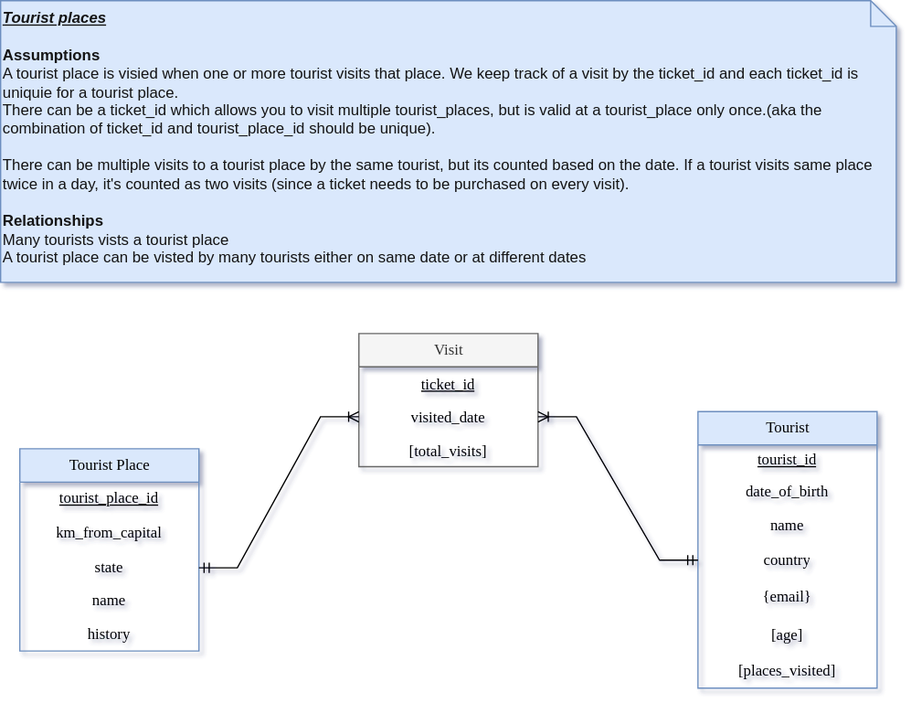
Earlier version of the draw.io export Tourism.drawio.svg (supriya-kotturu/entity-relationship-diagrams). Source tidied: cells renumbered, new cells last; positions are measured from the earlier drawing's top-left corner, leaving out a move shared by most shapes.
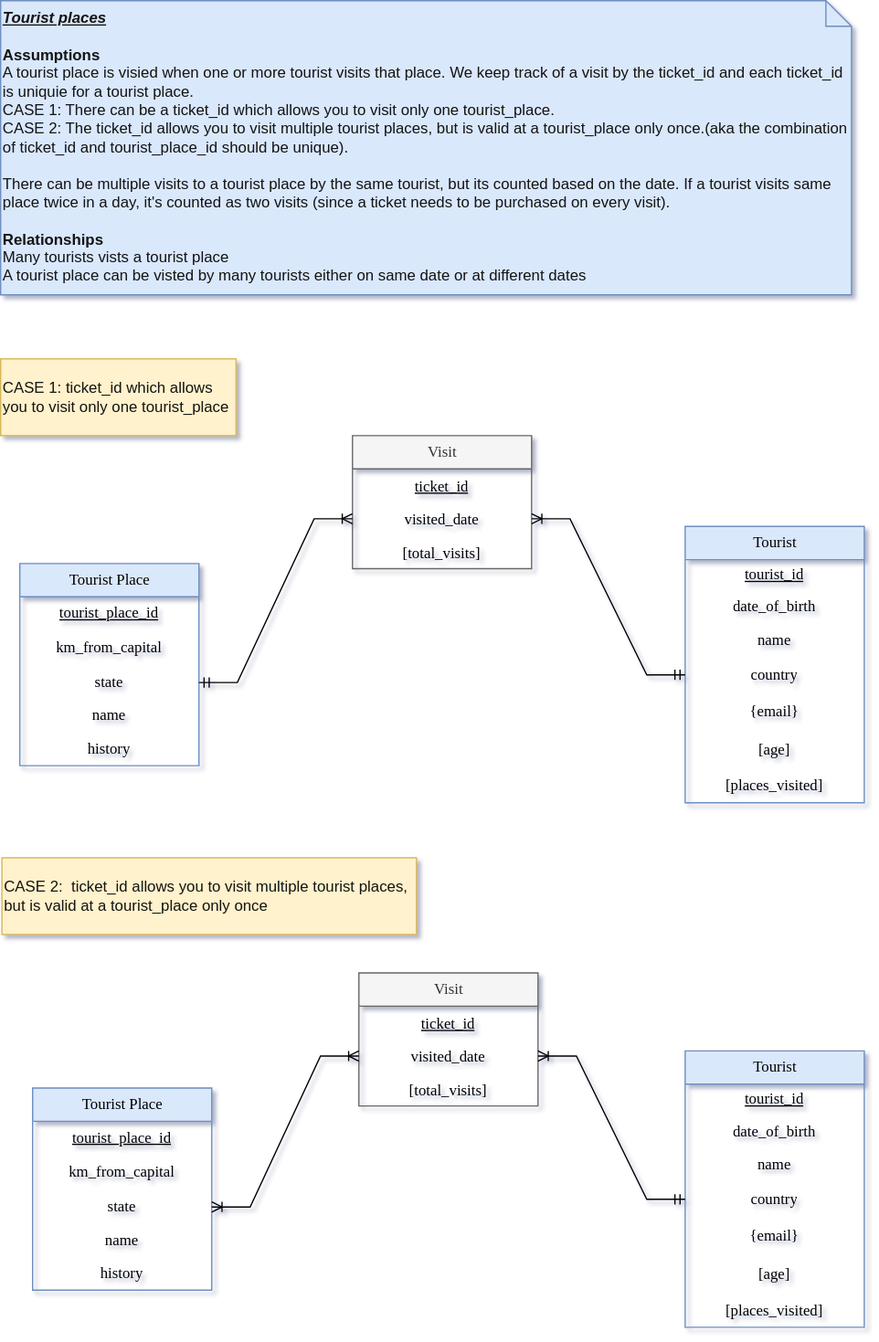
Above is the later version.

The edit, as a diff of the source:
```diff
@@ -2,11 +2,11 @@
   <root>
     <mxCell id="0" />
     <mxCell id="1" parent="0" />
-    <mxCell id="2" value="&lt;font color=&quot;#121212&quot;&gt;&lt;span style=&quot;forced-color-adjust: none; font-family: Helvetica; text-decoration-line: underline; font-weight: bold; font-style: italic;&quot;&gt;Tourist places&lt;/span&gt;&lt;span style=&quot;forced-color-adjust: none; font-family: Helvetica;&quot;&gt;&lt;br style=&quot;forced-color-adjust: none;&quot;&gt;&lt;/span&gt;&lt;span style=&quot;forced-color-adjust: none; font-family: Helvetica;&quot;&gt;&lt;br style=&quot;forced-color-adjust: none;&quot;&gt;&lt;/span&gt;&lt;span style=&quot;forced-color-adjust: none; font-family: Helvetica; font-weight: bold;&quot;&gt;Assumptions&lt;/span&gt;&lt;span style=&quot;forced-color-adjust: none; font-family: Helvetica;&quot;&gt;&lt;br style=&quot;forced-color-adjust: none;&quot;&gt;&lt;/span&gt;&lt;span style=&quot;forced-color-adjust: none; font-family: Helvetica;&quot;&gt;A tourist place is visied when one or more tourist visits that place. We keep track of a visit by the ticket_id and each ticket_id is uniquie for a tourist place. &lt;br style=&quot;forced-color-adjust: none;&quot;&gt;&lt;/span&gt;&lt;span style=&quot;forced-color-adjust: none; font-family: Helvetica;&quot;&gt;There can be a ticket_id which allows you to visit multiple tourist_places, but is valid at a tourist_place only once.(aka the combination of ticket_id and tourist_place_id should be unique).&lt;br style=&quot;forced-color-adjust: none;&quot;&gt;&lt;/span&gt;&lt;span style=&quot;forced-color-adjust: none; font-family: Helvetica;&quot;&gt;&lt;br style=&quot;forced-color-adjust: none;&quot;&gt;&lt;/span&gt;&lt;span style=&quot;forced-color-adjust: none; font-family: Helvetica;&quot;&gt;There can be multiple visits to a tourist place by the same tourist, but its counted based on the date. If a tourist visits same place twice in a day, it's counted as two visits (since a ticket needs to be purchased on every visit).&lt;br style=&quot;forced-color-adjust: none;&quot;&gt;&lt;/span&gt;&lt;span style=&quot;forced-color-adjust: none; font-family: Helvetica;&quot;&gt;&lt;br style=&quot;forced-color-adjust: none;&quot;&gt;&lt;/span&gt;&lt;span style=&quot;forced-color-adjust: none; font-family: Helvetica; font-weight: bold;&quot;&gt;Relationships&lt;br style=&quot;forced-color-adjust: none;&quot;&gt;&lt;/span&gt;&lt;span style=&quot;forced-color-adjust: none; font-family: Helvetica;&quot;&gt;Many tourists vists a tourist place&lt;br style=&quot;forced-color-adjust: none;&quot;&gt;&lt;/span&gt;&lt;span style=&quot;forced-color-adjust: none; font-family: Helvetica;&quot;&gt;A tourist place can be visted by many tourists either on same date or at different dates&lt;/span&gt;&lt;/font&gt;" style="shape=note;size=20;whiteSpace=wrap;html=1;labelBackgroundColor=none;align=left;verticalAlign=top;fillColor=#dae8fc;strokeColor=#6c8ebf;fontFamily=Verdana;" parent="1" vertex="1">
-      <mxGeometry width="700" height="220" as="geometry" />
+    <mxCell id="2" value="&lt;font color=&quot;#121212&quot;&gt;&lt;span style=&quot;forced-color-adjust: none; font-family: Helvetica; text-decoration-line: underline; font-weight: bold; font-style: italic;&quot;&gt;Tourist places&lt;/span&gt;&lt;span style=&quot;forced-color-adjust: none; font-family: Helvetica;&quot;&gt;&lt;br style=&quot;forced-color-adjust: none;&quot;&gt;&lt;/span&gt;&lt;span style=&quot;forced-color-adjust: none; font-family: Helvetica;&quot;&gt;&lt;br style=&quot;forced-color-adjust: none;&quot;&gt;&lt;/span&gt;&lt;span style=&quot;forced-color-adjust: none; font-family: Helvetica; font-weight: bold;&quot;&gt;Assumptions&lt;/span&gt;&lt;span style=&quot;forced-color-adjust: none; font-family: Helvetica;&quot;&gt;&lt;br style=&quot;forced-color-adjust: none;&quot;&gt;&lt;/span&gt;&lt;span style=&quot;forced-color-adjust: none; font-family: Helvetica;&quot;&gt;A tourist place is visied when one or more tourist visits that place. We keep track of a visit by the ticket_id and each ticket_id is uniquie for a tourist place. &lt;br style=&quot;forced-color-adjust: none;&quot;&gt;&lt;/span&gt;&lt;span style=&quot;forced-color-adjust: none; font-family: Helvetica;&quot;&gt;CASE 1: There can be a ticket_id which allows you to visit only one tourist_place.&lt;/span&gt;&lt;/font&gt;&lt;div&gt;&lt;font color=&quot;#121212&quot;&gt;&lt;span style=&quot;forced-color-adjust: none; font-family: Helvetica;&quot;&gt;CASE 2: The ticket_id allows you to visit multiple tourist places, but is valid at a tourist_place only once.(aka the combination of ticket_id and tourist_place_id should be unique).&lt;br style=&quot;forced-color-adjust: none;&quot;&gt;&lt;/span&gt;&lt;span style=&quot;forced-color-adjust: none; font-family: Helvetica;&quot;&gt;&lt;br style=&quot;forced-color-adjust: none;&quot;&gt;&lt;/span&gt;&lt;span style=&quot;forced-color-adjust: none; font-family: Helvetica;&quot;&gt;There can be multiple visits to a tourist place by the same tourist, but its counted based on the date. If a tourist visits same place twice in a day, it's counted as two visits (since a ticket needs to be purchased on every visit).&lt;br style=&quot;forced-color-adjust: none;&quot;&gt;&lt;/span&gt;&lt;span style=&quot;forced-color-adjust: none; font-family: Helvetica;&quot;&gt;&lt;br style=&quot;forced-color-adjust: none;&quot;&gt;&lt;/span&gt;&lt;span style=&quot;forced-color-adjust: none; font-family: Helvetica; font-weight: bold;&quot;&gt;Relationships&lt;br style=&quot;forced-color-adjust: none;&quot;&gt;&lt;/span&gt;&lt;span style=&quot;forced-color-adjust: none; font-family: Helvetica;&quot;&gt;Many tourists vists a tourist place&lt;br style=&quot;forced-color-adjust: none;&quot;&gt;&lt;/span&gt;&lt;span style=&quot;forced-color-adjust: none; font-family: Helvetica;&quot;&gt;A tourist place can be visted by many tourists either on same date or at different dates&lt;/span&gt;&lt;/font&gt;&lt;/div&gt;" style="shape=note;size=20;whiteSpace=wrap;html=1;labelBackgroundColor=none;align=left;verticalAlign=top;fillColor=#dae8fc;strokeColor=#6c8ebf;fontFamily=Verdana;" parent="1" vertex="1">
+      <mxGeometry width="665" height="230" as="geometry" />
     </mxCell>
     <mxCell id="3" value="Tourist Place" style="swimlane;fontStyle=0;horizontal=1;startSize=26;fillColor=#dae8fc;html=1;labelBackgroundColor=none;fontFamily=Verdana;strokeColor=#6c8ebf;fontColor=#000000;" parent="1" vertex="1">
-      <mxGeometry x="15" y="350" width="140" height="158" as="geometry" />
+      <mxGeometry x="15" y="440" width="140" height="158" as="geometry" />
     </mxCell>
     <mxCell id="4" value="&lt;u&gt;tourist_place_id&lt;/u&gt;" style="text;strokeColor=none;fillColor=none;align=center;verticalAlign=middle;spacingLeft=4;spacingRight=4;overflow=hidden;whiteSpace=wrap;html=1;labelBackgroundColor=none;fontFamily=Verdana;fontColor=#000000;" parent="3" vertex="1">
       <mxGeometry y="26" width="140" height="26" as="geometry" />
@@ -24,7 +24,7 @@
       <mxGeometry y="132" width="140" height="26" as="geometry" />
     </mxCell>
     <mxCell id="9" value="Tourist" style="swimlane;fontStyle=0;horizontal=1;startSize=26;fillColor=#dae8fc;html=1;labelBackgroundColor=none;fontFamily=Verdana;strokeColor=#6c8ebf;fontColor=#000000;align=center;verticalAlign=middle;" parent="1" vertex="1">
-      <mxGeometry x="545" y="321" width="140" height="216" as="geometry" />
+      <mxGeometry x="535" y="411" width="140" height="216" as="geometry" />
     </mxCell>
     <mxCell id="10" value="&lt;u&gt;tourist_id&lt;/u&gt;" style="text;strokeColor=none;fillColor=none;align=center;verticalAlign=middle;spacingLeft=4;spacingRight=4;overflow=hidden;whiteSpace=wrap;html=1;labelBackgroundColor=none;fontFamily=Verdana;fontColor=#000000;" parent="9" vertex="1">
       <mxGeometry y="26" width="140" height="24" as="geometry" />
@@ -48,7 +48,7 @@
       <mxGeometry y="190" width="140" height="26" as="geometry" />
     </mxCell>
     <mxCell id="17" value="Visit" style="swimlane;fontStyle=0;horizontal=1;startSize=26;fillColor=#f5f5f5;html=1;labelBackgroundColor=none;fontFamily=Verdana;strokeColor=#666666;fontColor=#333333;" parent="1" vertex="1">
-      <mxGeometry x="280" y="260" width="140" height="104" as="geometry" />
+      <mxGeometry x="275" y="340" width="140" height="104" as="geometry" />
     </mxCell>
     <mxCell id="18" value="&lt;u&gt;ticket_id&lt;/u&gt;" style="text;strokeColor=none;fillColor=none;align=center;verticalAlign=top;spacingLeft=4;spacingRight=4;overflow=hidden;whiteSpace=wrap;html=1;labelBackgroundColor=none;fontFamily=Verdana;fontColor=#000000;" parent="17" vertex="1">
       <mxGeometry y="26" width="140" height="26" as="geometry" />
@@ -65,5 +65,71 @@
     <mxCell id="22" style="edgeStyle=entityRelationEdgeStyle;fontSize=12;html=1;endArrow=ERoneToMany;startArrow=ERmandOne;rounded=0;exitX=1;exitY=0.5;exitDx=0;exitDy=0;entryX=0;entryY=0.5;entryDx=0;entryDy=0;" parent="1" edge="1" source="6" target="19">
       <mxGeometry relative="1" as="geometry" />
     </mxCell>
+    <mxCell id="23" value="&lt;br&gt;&lt;span style=&quot;color: rgb(18, 18, 18); font-family: Helvetica; font-size: 12px; font-style: normal; font-variant-ligatures: normal; font-variant-caps: normal; font-weight: 400; letter-spacing: normal; orphans: 2; text-indent: 0px; text-transform: none; widows: 2; word-spacing: 0px; -webkit-text-stroke-width: 0px; white-space: normal; text-decoration-thickness: initial; text-decoration-style: initial; text-decoration-color: initial; float: none; display: inline !important;&quot;&gt;&lt;span&gt;CASE 1:&amp;nbsp;&lt;/span&gt;ticket_id which allows you to visit only one tourist_place&lt;/span&gt;&lt;div&gt;&lt;br&gt;&lt;/div&gt;" style="whiteSpace=wrap;html=1;align=left;fillColor=#fff2cc;strokeColor=#d6b656;" parent="1" vertex="1">
+      <mxGeometry y="280" width="184" height="60" as="geometry" />
+    </mxCell>
+    <mxCell id="24" value="&lt;br&gt;&lt;span style=&quot;color: rgb(18, 18, 18); font-family: Helvetica; font-size: 12px; font-style: normal; font-variant-ligatures: normal; font-variant-caps: normal; font-weight: 400; letter-spacing: normal; orphans: 2; text-indent: 0px; text-transform: none; widows: 2; word-spacing: 0px; -webkit-text-stroke-width: 0px; white-space: normal; text-decoration-thickness: initial; text-decoration-style: initial; text-decoration-color: initial; float: none; display: inline !important;&quot;&gt;&lt;span&gt;CASE 2:&amp;nbsp;&lt;/span&gt;&lt;/span&gt;&lt;span style=&quot;color: rgb(18, 18, 18);&quot;&gt;&amp;nbsp;ticket_id allows you to visit multiple tourist places, but is valid at a tourist_place only once&lt;/span&gt;&lt;div&gt;&lt;br&gt;&lt;/div&gt;" style="whiteSpace=wrap;html=1;align=left;fillColor=#fff2cc;strokeColor=#d6b656;" parent="1" vertex="1">
+      <mxGeometry x="1" y="670" width="324" height="60" as="geometry" />
+    </mxCell>
+    <mxCell id="25" value="Tourist Place" style="swimlane;fontStyle=0;horizontal=1;startSize=26;fillColor=#dae8fc;html=1;labelBackgroundColor=none;fontFamily=Verdana;strokeColor=#6c8ebf;fontColor=#000000;" parent="1" vertex="1">
+      <mxGeometry x="25" y="850" width="140" height="158" as="geometry" />
+    </mxCell>
+    <mxCell id="26" value="&lt;u&gt;tourist_place_id&lt;/u&gt;" style="text;strokeColor=none;fillColor=none;align=center;verticalAlign=middle;spacingLeft=4;spacingRight=4;overflow=hidden;whiteSpace=wrap;html=1;labelBackgroundColor=none;fontFamily=Verdana;fontColor=#000000;" parent="25" vertex="1">
+      <mxGeometry y="26" width="140" height="26" as="geometry" />
+    </mxCell>
+    <mxCell id="27" value="&lt;font&gt;km_from_capital&lt;/font&gt;" style="text;strokeColor=none;fillColor=none;align=center;verticalAlign=middle;spacingLeft=4;spacingRight=4;overflow=hidden;whiteSpace=wrap;html=1;labelBackgroundColor=none;fontFamily=Verdana;fontColor=#000000;" parent="25" vertex="1">
+      <mxGeometry y="52" width="140" height="28" as="geometry" />
+    </mxCell>
+    <mxCell id="28" value="state" style="text;strokeColor=none;fillColor=none;align=center;verticalAlign=middle;spacingLeft=4;spacingRight=4;overflow=hidden;points=[[0,0.5],[1,0.5]];portConstraint=eastwest;whiteSpace=wrap;html=1;labelBackgroundColor=none;fontFamily=Verdana;fontColor=#000000;" parent="25" vertex="1">
+      <mxGeometry y="80" width="140" height="26" as="geometry" />
+    </mxCell>
+    <mxCell id="29" value="name" style="text;strokeColor=none;fillColor=none;align=center;verticalAlign=middle;spacingLeft=4;spacingRight=4;overflow=hidden;whiteSpace=wrap;html=1;labelBackgroundColor=none;fontFamily=Verdana;fontColor=#000000;" parent="25" vertex="1">
+      <mxGeometry y="106" width="140" height="26" as="geometry" />
+    </mxCell>
+    <mxCell id="30" value="history" style="text;strokeColor=none;fillColor=none;align=center;verticalAlign=middle;spacingLeft=4;spacingRight=4;overflow=hidden;whiteSpace=wrap;html=1;labelBackgroundColor=none;fontFamily=Verdana;fontColor=#000000;" parent="25" vertex="1">
+      <mxGeometry y="132" width="140" height="26" as="geometry" />
+    </mxCell>
+    <mxCell id="31" value="Tourist" style="swimlane;fontStyle=0;horizontal=1;startSize=26;fillColor=#dae8fc;html=1;labelBackgroundColor=none;fontFamily=Verdana;strokeColor=#6c8ebf;fontColor=#000000;align=center;verticalAlign=middle;" parent="1" vertex="1">
+      <mxGeometry x="535" y="821" width="140" height="216" as="geometry" />
+    </mxCell>
+    <mxCell id="32" value="&lt;u&gt;tourist_id&lt;/u&gt;" style="text;strokeColor=none;fillColor=none;align=center;verticalAlign=middle;spacingLeft=4;spacingRight=4;overflow=hidden;whiteSpace=wrap;html=1;labelBackgroundColor=none;fontFamily=Verdana;fontColor=#000000;" parent="31" vertex="1">
+      <mxGeometry y="26" width="140" height="24" as="geometry" />
+    </mxCell>
+    <mxCell id="33" value="date_of_birth" style="text;strokeColor=none;fillColor=none;align=center;verticalAlign=middle;spacingLeft=4;spacingRight=4;overflow=hidden;whiteSpace=wrap;html=1;labelBackgroundColor=none;fontFamily=Verdana;fontColor=#000000;" parent="31" vertex="1">
+      <mxGeometry y="50" width="140" height="26" as="geometry" />
+    </mxCell>
+    <mxCell id="34" value="name" style="text;strokeColor=none;fillColor=none;align=center;verticalAlign=middle;spacingLeft=4;spacingRight=4;overflow=hidden;whiteSpace=wrap;html=1;labelBackgroundColor=none;fontFamily=Verdana;fontColor=#000000;" parent="31" vertex="1">
+      <mxGeometry y="76" width="140" height="26" as="geometry" />
+    </mxCell>
+    <mxCell id="35" value="country" style="text;strokeColor=none;fillColor=none;align=center;verticalAlign=middle;spacingLeft=4;spacingRight=4;overflow=hidden;points=[[0,0.5],[1,0.5]];portConstraint=eastwest;whiteSpace=wrap;html=1;labelBackgroundColor=none;fontFamily=Verdana;fontColor=#000000;" parent="31" vertex="1">
+      <mxGeometry y="102" width="140" height="28" as="geometry" />
+    </mxCell>
+    <mxCell id="36" value="{email}" style="text;strokeColor=none;fillColor=none;align=center;verticalAlign=middle;spacingLeft=4;spacingRight=4;overflow=hidden;whiteSpace=wrap;html=1;labelBackgroundColor=none;fontFamily=Verdana;fontColor=#000000;" parent="31" vertex="1">
+      <mxGeometry y="130" width="140" height="30" as="geometry" />
+    </mxCell>
+    <mxCell id="37" value="[age]" style="text;strokeColor=none;fillColor=none;align=center;verticalAlign=middle;spacingLeft=4;spacingRight=4;overflow=hidden;whiteSpace=wrap;html=1;labelBackgroundColor=none;fontFamily=Verdana;fontColor=#000000;" parent="31" vertex="1">
+      <mxGeometry y="160" width="140" height="30" as="geometry" />
+    </mxCell>
+    <mxCell id="38" value="[places_visited]" style="text;strokeColor=none;fillColor=none;align=center;verticalAlign=middle;spacingLeft=4;spacingRight=4;overflow=hidden;whiteSpace=wrap;html=1;labelBackgroundColor=none;fontFamily=Verdana;fontColor=#000000;" parent="31" vertex="1">
+      <mxGeometry y="190" width="140" height="26" as="geometry" />
+    </mxCell>
+    <mxCell id="39" value="Visit" style="swimlane;fontStyle=0;horizontal=1;startSize=26;fillColor=#f5f5f5;html=1;labelBackgroundColor=none;fontFamily=Verdana;strokeColor=#666666;fontColor=#333333;" parent="1" vertex="1">
+      <mxGeometry x="280" y="760" width="140" height="104" as="geometry" />
+    </mxCell>
+    <mxCell id="40" value="&lt;u&gt;ticket_id&lt;/u&gt;" style="text;strokeColor=none;fillColor=none;align=center;verticalAlign=top;spacingLeft=4;spacingRight=4;overflow=hidden;whiteSpace=wrap;html=1;labelBackgroundColor=none;fontFamily=Verdana;fontColor=#000000;" parent="39" vertex="1">
+      <mxGeometry y="26" width="140" height="26" as="geometry" />
+    </mxCell>
+    <mxCell id="41" value="visited_date" style="text;strokeColor=none;fillColor=none;align=center;verticalAlign=top;spacingLeft=4;spacingRight=4;overflow=hidden;points=[[0,0.5],[1,0.5]];portConstraint=eastwest;whiteSpace=wrap;html=1;labelBackgroundColor=none;fontFamily=Verdana;fontColor=#000000;" parent="39" vertex="1">
+      <mxGeometry y="52" width="140" height="26" as="geometry" />
+    </mxCell>
+    <mxCell id="42" value="[total_visits]" style="text;strokeColor=none;fillColor=none;align=center;verticalAlign=top;spacingLeft=4;spacingRight=4;overflow=hidden;whiteSpace=wrap;html=1;labelBackgroundColor=none;fontFamily=Verdana;fontColor=#000000;" parent="39" vertex="1">
+      <mxGeometry y="78" width="140" height="26" as="geometry" />
+    </mxCell>
+    <mxCell id="43" style="edgeStyle=entityRelationEdgeStyle;fontSize=12;html=1;endArrow=ERoneToMany;startArrow=ERmandOne;rounded=0;exitX=0;exitY=0.5;exitDx=0;exitDy=0;entryX=1;entryY=0.5;entryDx=0;entryDy=0;" parent="1" edge="1" source="35" target="41">
+      <mxGeometry relative="1" as="geometry" />
+    </mxCell>
+    <mxCell id="44" style="edgeStyle=entityRelationEdgeStyle;fontSize=12;html=1;endArrow=ERoneToMany;startArrow=ERoneToMany;rounded=0;exitX=1;exitY=0.5;exitDx=0;exitDy=0;entryX=0;entryY=0.5;entryDx=0;entryDy=0;" parent="1" edge="1" source="28" target="41">
+      <mxGeometry relative="1" as="geometry" />
+    </mxCell>
   </root>
 </mxGraphModel>
```
